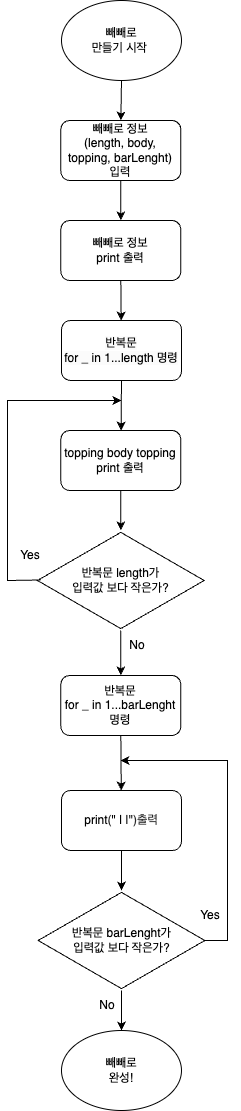
Above: icecreamFlowchart.png in yagom-academy/swift-starter-Round1 (draw.io), before the change. Source tidied: cells renumbered, new cells last; positions are measured from the earlier drawing's top-left corner, leaving out a move shared by most shapes.
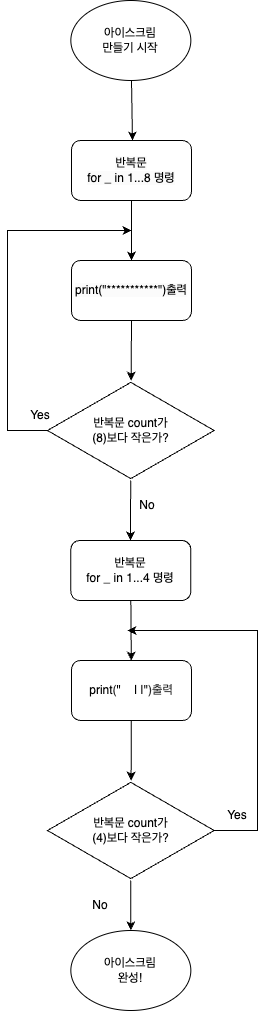
Later version of the same file.

The edit, as a diff of the source:
```diff
@@ -2,14 +2,17 @@
   <root>
     <mxCell id="0" />
     <mxCell id="1" parent="0" />
-    <mxCell id="2" style="endArrow=classic;html=1;rounded=0;exitX=0.5;exitY=1;exitDx=0;exitDy=0;entryX=0.5;entryY=0;entryDx=0;entryDy=0;" parent="1" edge="1" source="21" target="23">
-      <mxGeometry relative="1" as="geometry" />
+    <mxCell id="2" style="endArrow=classic;html=1;rounded=0;exitX=0.5;exitY=1;exitDx=0;exitDy=0;entryX=0.5;entryY=0;entryDx=0;entryDy=0;" parent="1" edge="1">
+      <mxGeometry relative="1" as="geometry">
+        <mxPoint x="121" y="100" as="sourcePoint" />
+        <mxPoint x="122" y="160" as="targetPoint" />
+      </mxGeometry>
     </mxCell>
-    <mxCell id="3" value="topping body topping&lt;br&gt;print 출력" style="rounded=1;whiteSpace=wrap;html=1;" parent="1" vertex="1">
-      <mxGeometry x="60.3" y="430" width="120" height="60" as="geometry" />
+    <mxCell id="3" value="&lt;meta charset=&quot;utf-8&quot;&gt;&lt;span style=&quot;color: rgb(0, 0, 0); font-family: Helvetica; font-size: 12px; font-style: normal; font-variant-ligatures: normal; font-variant-caps: normal; font-weight: 400; letter-spacing: normal; orphans: 2; text-align: center; text-indent: 0px; text-transform: none; widows: 2; word-spacing: 0px; -webkit-text-stroke-width: 0px; background-color: rgb(251, 251, 251); text-decoration-thickness: initial; text-decoration-style: initial; text-decoration-color: initial; float: none; display: inline !important;&quot;&gt;print(&quot;***********&quot;)출력&lt;/span&gt;" style="rounded=1;whiteSpace=wrap;html=1;" parent="1" vertex="1">
+      <mxGeometry x="61" y="280" width="120" height="60" as="geometry" />
     </mxCell>
-    <mxCell id="4" value="반복문 length가&lt;br&gt;입력값 보다 작은가?" style="html=1;whiteSpace=wrap;shape=isoRectangle;" parent="1" vertex="1">
-      <mxGeometry x="37" y="530" width="166.7" height="100" as="geometry" />
+    <mxCell id="4" value="반복문 count가&lt;br&gt;(8)보다 작은가?" style="html=1;whiteSpace=wrap;shape=isoRectangle;" parent="1" vertex="1">
+      <mxGeometry x="37" y="400" width="166.7" height="100" as="geometry" />
     </mxCell>
     <mxCell id="5" style="endArrow=classic;html=1;rounded=0;exitX=0.5;exitY=1;exitDx=0;exitDy=0;fillColor=#dae8fc;strokeColor=#000000;" parent="1" edge="1" source="7" target="3">
       <mxGeometry relative="1" as="geometry" />
@@ -17,77 +20,67 @@
     <mxCell id="6" style="endArrow=classic;html=1;rounded=0;exitX=0.5;exitY=1;exitDx=0;exitDy=0;" parent="1" edge="1" source="3" target="4">
       <mxGeometry relative="1" as="geometry" />
     </mxCell>
-    <mxCell id="7" value="&lt;span style=&quot;color: rgb(0, 0, 0); font-family: Helvetica; font-size: 12px; font-style: normal; font-variant-ligatures: normal; font-variant-caps: normal; font-weight: 400; letter-spacing: normal; orphans: 2; text-align: center; text-indent: 0px; text-transform: none; widows: 2; word-spacing: 0px; -webkit-text-stroke-width: 0px; background-color: rgb(251, 251, 251); text-decoration-thickness: initial; text-decoration-style: initial; text-decoration-color: initial; float: none; display: inline !important;&quot;&gt;반복문&lt;/span&gt;&lt;br style=&quot;border-color: var(--border-color); color: rgb(0, 0, 0); font-family: Helvetica; font-size: 12px; font-style: normal; font-variant-ligatures: normal; font-variant-caps: normal; font-weight: 400; letter-spacing: normal; orphans: 2; text-align: center; text-indent: 0px; text-transform: none; widows: 2; word-spacing: 0px; -webkit-text-stroke-width: 0px; text-decoration-thickness: initial; text-decoration-style: initial; text-decoration-color: initial;&quot;&gt;&lt;span style=&quot;color: rgb(0, 0, 0); font-family: Helvetica; font-size: 12px; font-style: normal; font-variant-ligatures: normal; font-variant-caps: normal; font-weight: 400; letter-spacing: normal; orphans: 2; text-align: center; text-indent: 0px; text-transform: none; widows: 2; word-spacing: 0px; -webkit-text-stroke-width: 0px; background-color: rgb(251, 251, 251); text-decoration-thickness: initial; text-decoration-style: initial; text-decoration-color: initial; float: none; display: inline !important;&quot;&gt;for _ in 1...length 명령&lt;/span&gt;" style="rounded=1;whiteSpace=wrap;html=1;" parent="1" vertex="1">
-      <mxGeometry x="61" y="320" width="120" height="60" as="geometry" />
+    <mxCell id="7" value="&lt;span style=&quot;color: rgb(0, 0, 0); font-family: Helvetica; font-size: 12px; font-style: normal; font-variant-ligatures: normal; font-variant-caps: normal; font-weight: 400; letter-spacing: normal; orphans: 2; text-align: center; text-indent: 0px; text-transform: none; widows: 2; word-spacing: 0px; -webkit-text-stroke-width: 0px; background-color: rgb(251, 251, 251); text-decoration-thickness: initial; text-decoration-style: initial; text-decoration-color: initial; float: none; display: inline !important;&quot;&gt;반복문&lt;/span&gt;&lt;br style=&quot;border-color: var(--border-color); color: rgb(0, 0, 0); font-family: Helvetica; font-size: 12px; font-style: normal; font-variant-ligatures: normal; font-variant-caps: normal; font-weight: 400; letter-spacing: normal; orphans: 2; text-align: center; text-indent: 0px; text-transform: none; widows: 2; word-spacing: 0px; -webkit-text-stroke-width: 0px; text-decoration-thickness: initial; text-decoration-style: initial; text-decoration-color: initial;&quot;&gt;&lt;span style=&quot;color: rgb(0, 0, 0); font-family: Helvetica; font-size: 12px; font-style: normal; font-variant-ligatures: normal; font-variant-caps: normal; font-weight: 400; letter-spacing: normal; orphans: 2; text-align: center; text-indent: 0px; text-transform: none; widows: 2; word-spacing: 0px; -webkit-text-stroke-width: 0px; background-color: rgb(251, 251, 251); text-decoration-thickness: initial; text-decoration-style: initial; text-decoration-color: initial; float: none; display: inline !important;&quot;&gt;for _ in 1...8 명령&lt;/span&gt;" style="rounded=1;whiteSpace=wrap;html=1;" parent="1" vertex="1">
+      <mxGeometry x="61" y="160" width="120" height="60" as="geometry" />
     </mxCell>
-    <mxCell id="8" style="endArrow=classic;html=1;rounded=0;exitX=0.018;exitY=0.495;exitDx=0;exitDy=0;exitPerimeter=0;" parent="1" edge="1" source="4">
+    <mxCell id="8" style="endArrow=classic;html=1;rounded=0;" parent="1" edge="1" source="4">
       <mxGeometry relative="1" as="geometry">
-        <mxPoint x="121" y="400" as="targetPoint" />
+        <mxPoint x="121" y="250" as="targetPoint" />
         <Array as="points">
-          <mxPoint x="7" y="580" />
-          <mxPoint x="7" y="400" />
+          <mxPoint x="-3" y="450" />
+          <mxPoint x="-3" y="250" />
         </Array>
       </mxGeometry>
     </mxCell>
     <mxCell id="9" value="Yes" style="text;html=1;strokeColor=none;fillColor=none;align=center;verticalAlign=middle;whiteSpace=wrap;rounded=0;" parent="1" vertex="1">
-      <mxGeometry x="0.3" y="540" width="60" height="30" as="geometry" />
+      <mxGeometry x="0.3" y="420" width="60" height="30" as="geometry" />
     </mxCell>
-    <mxCell id="10" value="반복문&lt;br&gt;for _ in 1...barLenght 명령" style="rounded=1;whiteSpace=wrap;html=1;" parent="1" vertex="1">
-      <mxGeometry x="60.3" y="675" width="120" height="60" as="geometry" />
+    <mxCell id="10" value="반복문&lt;br&gt;for _ in 1...4 명령" style="rounded=1;whiteSpace=wrap;html=1;" parent="1" vertex="1">
+      <mxGeometry x="60.3" y="560" width="120" height="60" as="geometry" />
     </mxCell>
-    <mxCell id="11" value="print&lt;span style=&quot;color: rgba(0, 0, 0, 0.85);&quot; class=&quot;s2&quot;&gt;(&lt;/span&gt;&quot;&lt;span class=&quot;Apple-converted-space&quot;&gt;&amp;nbsp;&lt;/span&gt;| |&quot;&lt;span style=&quot;color: rgba(0, 0, 0, 0.85);&quot; class=&quot;s2&quot;&gt;)출력&lt;/span&gt;" style="rounded=1;whiteSpace=wrap;html=1;" parent="1" vertex="1">
-      <mxGeometry x="61" y="790" width="120" height="60" as="geometry" />
+    <mxCell id="11" value="print&lt;span style=&quot;color: rgba(0, 0, 0, 0.85);&quot; class=&quot;s2&quot;&gt;(&lt;/span&gt;&quot;&lt;span class=&quot;Apple-converted-space&quot;&gt;&amp;nbsp; &amp;nbsp; &lt;/span&gt;| |&quot;&lt;span style=&quot;color: rgba(0, 0, 0, 0.85);&quot; class=&quot;s2&quot;&gt;)출력&lt;/span&gt;" style="rounded=1;whiteSpace=wrap;html=1;" parent="1" vertex="1">
+      <mxGeometry x="61" y="680" width="120" height="60" as="geometry" />
     </mxCell>
-    <mxCell id="12" style="endArrow=classic;html=1;rounded=0;" parent="1" edge="1" source="4" target="10">
-      <mxGeometry relative="1" as="geometry" />
+    <mxCell id="12" style="endArrow=classic;html=1;rounded=0;" parent="1" edge="1" source="4">
+      <mxGeometry relative="1" as="geometry">
+        <mxPoint x="120" y="560" as="targetPoint" />
+      </mxGeometry>
     </mxCell>
     <mxCell id="13" style="endArrow=classic;html=1;rounded=0;exitX=0.5;exitY=1;exitDx=0;exitDy=0;" parent="1" edge="1" source="10" target="11">
       <mxGeometry relative="1" as="geometry" />
     </mxCell>
-    <mxCell id="14" value="반복문 barLenght가&lt;br&gt;입력값 보다 작은가?" style="html=1;whiteSpace=wrap;shape=isoRectangle;" parent="1" vertex="1">
-      <mxGeometry x="37.7" y="890" width="166.7" height="100" as="geometry" />
+    <mxCell id="14" value="반복문 count가&lt;br&gt;(4)보다 작은가?" style="html=1;whiteSpace=wrap;shape=isoRectangle;" parent="1" vertex="1">
+      <mxGeometry x="37" y="800" width="166.7" height="100" as="geometry" />
     </mxCell>
     <mxCell id="15" style="endArrow=classic;html=1;rounded=0;" parent="1" edge="1" source="11" target="14">
       <mxGeometry relative="1" as="geometry" />
     </mxCell>
     <mxCell id="16" style="endArrow=classic;html=1;rounded=0;exitX=0.996;exitY=0.5;exitDx=0;exitDy=0;exitPerimeter=0;" parent="1" edge="1" source="14">
       <mxGeometry relative="1" as="geometry">
-        <mxPoint x="120" y="760" as="targetPoint" />
+        <mxPoint x="117" y="650" as="targetPoint" />
         <Array as="points">
-          <mxPoint x="227" y="940" />
-          <mxPoint x="227" y="760" />
+          <mxPoint x="247" y="850" />
+          <mxPoint x="247" y="650" />
         </Array>
       </mxGeometry>
     </mxCell>
     <mxCell id="17" value="No" style="text;html=1;strokeColor=none;fillColor=none;align=center;verticalAlign=middle;whiteSpace=wrap;rounded=0;" parent="1" vertex="1">
-      <mxGeometry x="107" y="630" width="60" height="30" as="geometry" />
+      <mxGeometry x="107" y="510" width="60" height="30" as="geometry" />
     </mxCell>
     <mxCell id="18" value="Yes" style="text;html=1;strokeColor=none;fillColor=none;align=center;verticalAlign=middle;whiteSpace=wrap;rounded=0;" parent="1" vertex="1">
-      <mxGeometry x="180.3" y="900" width="60" height="30" as="geometry" />
+      <mxGeometry x="197" y="820" width="60" height="30" as="geometry" />
     </mxCell>
     <mxCell id="19" value="No" style="text;html=1;strokeColor=none;fillColor=none;align=center;verticalAlign=middle;whiteSpace=wrap;rounded=0;" parent="1" vertex="1">
-      <mxGeometry x="77" y="990" width="60" height="30" as="geometry" />
+      <mxGeometry x="60.3" y="910" width="60" height="30" as="geometry" />
     </mxCell>
-    <mxCell id="20" value="빼빼로&lt;br&gt;완성!" style="ellipse;whiteSpace=wrap;html=1;" parent="1" vertex="1">
-      <mxGeometry x="61" y="1030" width="120" height="80" as="geometry" />
+    <mxCell id="20" value="아이스크림&lt;br&gt;완성!" style="ellipse;whiteSpace=wrap;html=1;" parent="1" vertex="1">
+      <mxGeometry x="60.3" y="950" width="120" height="80" as="geometry" />
     </mxCell>
-    <mxCell id="21" value="빼빼로&lt;br&gt;만들기 시작&amp;nbsp;" style="ellipse;whiteSpace=wrap;html=1;" parent="1" vertex="1">
-      <mxGeometry x="61" width="120" height="80" as="geometry" />
+    <mxCell id="21" value="아이스크림&lt;br&gt;만들기 시작" style="ellipse;whiteSpace=wrap;html=1;" parent="1" vertex="1">
+      <mxGeometry x="60.3" y="20" width="120" height="80" as="geometry" />
     </mxCell>
     <mxCell id="22" style="endArrow=classic;html=1;rounded=0;entryX=0.5;entryY=0;entryDx=0;entryDy=0;" parent="1" edge="1" source="14" target="20">
       <mxGeometry relative="1" as="geometry" />
     </mxCell>
-    <mxCell id="23" value="빼빼로 정보&lt;br&gt;(length, body,&lt;br&gt;topping, barLenght)&lt;br&gt;입력" style="rounded=1;whiteSpace=wrap;html=1;" parent="1" vertex="1">
-      <mxGeometry x="60.3" y="120" width="120" height="60" as="geometry" />
-    </mxCell>
-    <mxCell id="24" style="endArrow=classic;html=1;rounded=0;exitX=0.5;exitY=1;exitDx=0;exitDy=0;" parent="1" edge="1" source="23" target="25">
-      <mxGeometry relative="1" as="geometry" />
-    </mxCell>
-    <mxCell id="25" value="빼빼로 정보&lt;br&gt;print 출력" style="rounded=1;whiteSpace=wrap;html=1;" parent="1" vertex="1">
-      <mxGeometry x="60.3" y="220" width="120" height="60" as="geometry" />
-    </mxCell>
-    <mxCell id="26" style="endArrow=classic;html=1;rounded=0;exitX=0.5;exitY=1;exitDx=0;exitDy=0;" parent="1" edge="1" source="25" target="7">
-      <mxGeometry relative="1" as="geometry" />
-    </mxCell>
   </root>
 </mxGraphModel>
```
